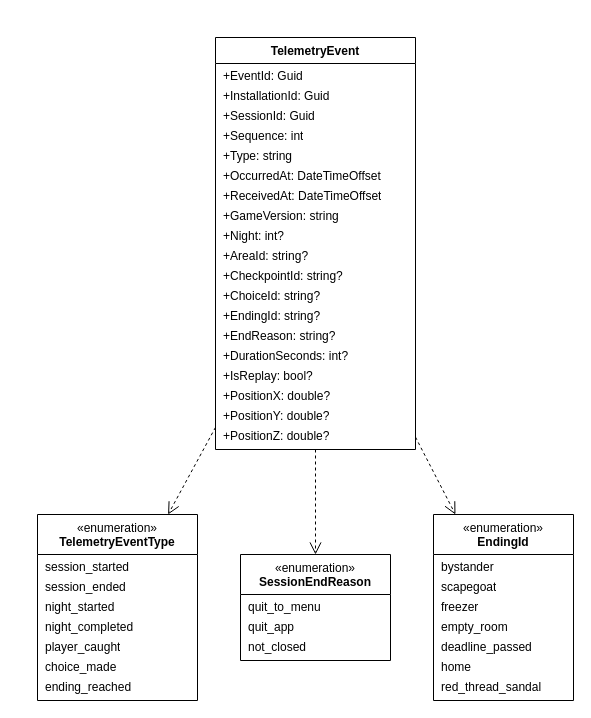
The draw.io diagram page "Sự kiện thống kê" (1 of 8) of docs/thiet-ke/lop-may-chu/luoc-do-lop-may-chu.drawio in qivarnq3g/3-gio-12, before the edit. Source tidied: cells renumbered, new cells numbered last; positions are measured from the earlier drawing's top-left corner, leaving out a move shared by most shapes. Both pictures are drawn from the tidied source at 100%, with x=0, y=0 at pixel (37, 37).
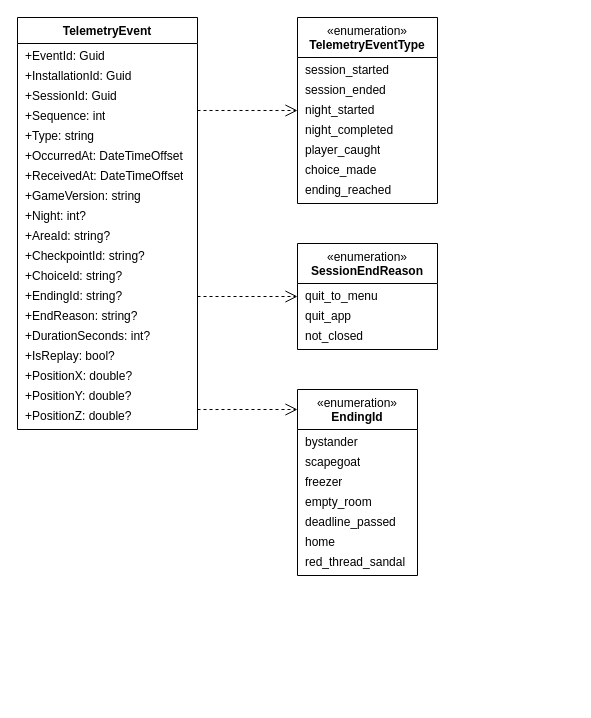
The same diagram, later.

Change to the diagram source:
```diff
@@
     <mxCell id="2" value="&lt;b&gt;TelemetryEvent&lt;/b&gt;" style="swimlane;fontStyle=0;html=1;align=center;verticalAlign=top;horizontal=1;startSize=26;whiteSpace=wrap;fontFamily=Arial;fontSize=12;fillColor=#ffffff;swimlaneFillColor=#ffffff;" parent="1" vertex="1">
-      <mxGeometry x="178" width="200" height="412" as="geometry" />
+      <mxGeometry x="-20" y="-20" width="180" height="412" as="geometry" />
     </mxCell>
     <mxCell id="3" value="+EventId: Guid" style="text;strokeColor=none;fillColor=none;align=left;verticalAlign=middle;spacingLeft=6;spacingRight=4;overflow=hidden;html=1;fontFamily=Arial;fontSize=12;" parent="2" vertex="1">
-      <mxGeometry y="29" width="200" height="20" as="geometry" />
+      <mxGeometry y="29" width="180" height="20" as="geometry" />
     </mxCell>
     <mxCell id="4" value="+InstallationId: Guid" style="text;strokeColor=none;fillColor=none;align=left;verticalAlign=middle;spacingLeft=6;spacingRight=4;overflow=hidden;html=1;fontFamily=Arial;fontSize=12;" parent="2" vertex="1">
-      <mxGeometry y="49" width="200" height="20" as="geometry" />
+      <mxGeometry y="49" width="180" height="20" as="geometry" />
     </mxCell>
     <mxCell id="5" value="+SessionId: Guid" style="text;strokeColor=none;fillColor=none;align=left;verticalAlign=middle;spacingLeft=6;spacingRight=4;overflow=hidden;html=1;fontFamily=Arial;fontSize=12;" parent="2" vertex="1">
-      <mxGeometry y="69" width="200" height="20" as="geometry" />
+      <mxGeometry y="69" width="180" height="20" as="geometry" />
     </mxCell>
     <mxCell id="6" value="+Sequence: int" style="text;strokeColor=none;fillColor=none;align=left;verticalAlign=middle;spacingLeft=6;spacingRight=4;overflow=hidden;html=1;fontFamily=Arial;fontSize=12;" parent="2" vertex="1">
-      <mxGeometry y="89" width="200" height="20" as="geometry" />
+      <mxGeometry y="89" width="180" height="20" as="geometry" />
     </mxCell>
     <mxCell id="7" value="+Type: string" style="text;strokeColor=none;fillColor=none;align=left;verticalAlign=middle;spacingLeft=6;spacingRight=4;overflow=hidden;html=1;fontFamily=Arial;fontSize=12;" parent="2" vertex="1">
-      <mxGeometry y="109" width="200" height="20" as="geometry" />
+      <mxGeometry y="109" width="180" height="20" as="geometry" />
     </mxCell>
     <mxCell id="8" value="+OccurredAt: DateTimeOffset" style="text;strokeColor=none;fillColor=none;align=left;verticalAlign=middle;spacingLeft=6;spacingRight=4;overflow=hidden;html=1;fontFamily=Arial;fontSize=12;" parent="2" vertex="1">
-      <mxGeometry y="129" width="200" height="20" as="geometry" />
+      <mxGeometry y="129" width="180" height="20" as="geometry" />
     </mxCell>
     <mxCell id="9" value="+ReceivedAt: DateTimeOffset" style="text;strokeColor=none;fillColor=none;align=left;verticalAlign=middle;spacingLeft=6;spacingRight=4;overflow=hidden;html=1;fontFamily=Arial;fontSize=12;" parent="2" vertex="1">
-      <mxGeometry y="149" width="200" height="20" as="geometry" />
+      <mxGeometry y="149" width="180" height="20" as="geometry" />
     </mxCell>
     <mxCell id="10" value="+GameVersion: string" style="text;strokeColor=none;fillColor=none;align=left;verticalAlign=middle;spacingLeft=6;spacingRight=4;overflow=hidden;html=1;fontFamily=Arial;fontSize=12;" parent="2" vertex="1">
-      <mxGeometry y="169" width="200" height="20" as="geometry" />
+      <mxGeometry y="169" width="180" height="20" as="geometry" />
     </mxCell>
     <mxCell id="11" value="+Night: int?" style="text;strokeColor=none;fillColor=none;align=left;verticalAlign=middle;spacingLeft=6;spacingRight=4;overflow=hidden;html=1;fontFamily=Arial;fontSize=12;" parent="2" vertex="1">
-      <mxGeometry y="189" width="200" height="20" as="geometry" />
+      <mxGeometry y="189" width="180" height="20" as="geometry" />
     </mxCell>
     <mxCell id="12" value="+AreaId: string?" style="text;strokeColor=none;fillColor=none;align=left;verticalAlign=middle;spacingLeft=6;spacingRight=4;overflow=hidden;html=1;fontFamily=Arial;fontSize=12;" parent="2" vertex="1">
-      <mxGeometry y="209" width="200" height="20" as="geometry" />
+      <mxGeometry y="209" width="180" height="20" as="geometry" />
     </mxCell>
     <mxCell id="13" value="+CheckpointId: string?" style="text;strokeColor=none;fillColor=none;align=left;verticalAlign=middle;spacingLeft=6;spacingRight=4;overflow=hidden;html=1;fontFamily=Arial;fontSize=12;" parent="2" vertex="1">
-      <mxGeometry y="229" width="200" height="20" as="geometry" />
+      <mxGeometry y="229" width="180" height="20" as="geometry" />
     </mxCell>
     <mxCell id="14" value="+ChoiceId: string?" style="text;strokeColor=none;fillColor=none;align=left;verticalAlign=middle;spacingLeft=6;spacingRight=4;overflow=hidden;html=1;fontFamily=Arial;fontSize=12;" parent="2" vertex="1">
-      <mxGeometry y="249" width="200" height="20" as="geometry" />
+      <mxGeometry y="249" width="180" height="20" as="geometry" />
     </mxCell>
     <mxCell id="15" value="+EndingId: string?" style="text;strokeColor=none;fillColor=none;align=left;verticalAlign=middle;spacingLeft=6;spacingRight=4;overflow=hidden;html=1;fontFamily=Arial;fontSize=12;" parent="2" vertex="1">
-      <mxGeometry y="269" width="200" height="20" as="geometry" />
+      <mxGeometry y="269" width="180" height="20" as="geometry" />
     </mxCell>
     <mxCell id="16" value="+EndReason: string?" style="text;strokeColor=none;fillColor=none;align=left;verticalAlign=middle;spacingLeft=6;spacingRight=4;overflow=hidden;html=1;fontFamily=Arial;fontSize=12;" parent="2" vertex="1">
-      <mxGeometry y="289" width="200" height="20" as="geometry" />
+      <mxGeometry y="289" width="180" height="20" as="geometry" />
     </mxCell>
     <mxCell id="17" value="+DurationSeconds: int?" style="text;strokeColor=none;fillColor=none;align=left;verticalAlign=middle;spacingLeft=6;spacingRight=4;overflow=hidden;html=1;fontFamily=Arial;fontSize=12;" parent="2" vertex="1">
-      <mxGeometry y="309" width="200" height="20" as="geometry" />
+      <mxGeometry y="309" width="180" height="20" as="geometry" />
     </mxCell>
     <mxCell id="18" value="+IsReplay: bool?" style="text;strokeColor=none;fillColor=none;align=left;verticalAlign=middle;spacingLeft=6;spacingRight=4;overflow=hidden;html=1;fontFamily=Arial;fontSize=12;" parent="2" vertex="1">
-      <mxGeometry y="329" width="200" height="20" as="geometry" />
+      <mxGeometry y="329" width="180" height="20" as="geometry" />
     </mxCell>
     <mxCell id="19" value="+PositionX: double?" style="text;strokeColor=none;fillColor=none;align=left;verticalAlign=middle;spacingLeft=6;spacingRight=4;overflow=hidden;html=1;fontFamily=Arial;fontSize=12;" parent="2" vertex="1">
-      <mxGeometry y="349" width="200" height="20" as="geometry" />
+      <mxGeometry y="349" width="180" height="20" as="geometry" />
     </mxCell>
     <mxCell id="20" value="+PositionY: double?" style="text;strokeColor=none;fillColor=none;align=left;verticalAlign=middle;spacingLeft=6;spacingRight=4;overflow=hidden;html=1;fontFamily=Arial;fontSize=12;" parent="2" vertex="1">
-      <mxGeometry y="369" width="200" height="20" as="geometry" />
+      <mxGeometry y="369" width="180" height="20" as="geometry" />
     </mxCell>
     <mxCell id="21" value="+PositionZ: double?" style="text;strokeColor=none;fillColor=none;align=left;verticalAlign=middle;spacingLeft=6;spacingRight=4;overflow=hidden;html=1;fontFamily=Arial;fontSize=12;" parent="2" vertex="1">
-      <mxGeometry y="389" width="200" height="20" as="geometry" />
+      <mxGeometry y="389" width="180" height="20" as="geometry" />
     </mxCell>
     <mxCell id="22" value="«enumeration»&lt;br&gt;&lt;b&gt;TelemetryEventType&lt;/b&gt;" style="swimlane;fontStyle=0;html=1;align=center;verticalAlign=top;horizontal=1;startSize=40;whiteSpace=wrap;fontFamily=Arial;fontSize=12;fillColor=#ffffff;swimlaneFillColor=#ffffff;" parent="1" vertex="1">
-      <mxGeometry y="477" width="160" height="186" as="geometry" />
+      <mxGeometry x="260" y="-20" width="140" height="186" as="geometry" />
     </mxCell>
     <mxCell id="23" value="session_started" style="text;strokeColor=none;fillColor=none;align=left;verticalAlign=middle;spacingLeft=6;spacingRight=4;overflow=hidden;html=1;fontFamily=Arial;fontSize=12;" parent="22" vertex="1">
-      <mxGeometry y="43" width="160" height="20" as="geometry" />
+      <mxGeometry y="43" width="140" height="20" as="geometry" />
     </mxCell>
     <mxCell id="24" value="session_ended" style="text;strokeColor=none;fillColor=none;align=left;verticalAlign=middle;spacingLeft=6;spacingRight=4;overflow=hidden;html=1;fontFamily=Arial;fontSize=12;" parent="22" vertex="1">
-      <mxGeometry y="63" width="160" height="20" as="geometry" />
+      <mxGeometry y="63" width="140" height="20" as="geometry" />
     </mxCell>
     <mxCell id="25" value="night_started" style="text;strokeColor=none;fillColor=none;align=left;verticalAlign=middle;spacingLeft=6;spacingRight=4;overflow=hidden;html=1;fontFamily=Arial;fontSize=12;" parent="22" vertex="1">
-      <mxGeometry y="83" width="160" height="20" as="geometry" />
+      <mxGeometry y="83" width="140" height="20" as="geometry" />
     </mxCell>
     <mxCell id="26" value="night_completed" style="text;strokeColor=none;fillColor=none;align=left;verticalAlign=middle;spacingLeft=6;spacingRight=4;overflow=hidden;html=1;fontFamily=Arial;fontSize=12;" parent="22" vertex="1">
-      <mxGeometry y="103" width="160" height="20" as="geometry" />
+      <mxGeometry y="103" width="140" height="20" as="geometry" />
     </mxCell>
     <mxCell id="27" value="player_caught" style="text;strokeColor=none;fillColor=none;align=left;verticalAlign=middle;spacingLeft=6;spacingRight=4;overflow=hidden;html=1;fontFamily=Arial;fontSize=12;" parent="22" vertex="1">
-      <mxGeometry y="123" width="160" height="20" as="geometry" />
+      <mxGeometry y="123" width="140" height="20" as="geometry" />
     </mxCell>
     <mxCell id="28" value="choice_made" style="text;strokeColor=none;fillColor=none;align=left;verticalAlign=middle;spacingLeft=6;spacingRight=4;overflow=hidden;html=1;fontFamily=Arial;fontSize=12;" parent="22" vertex="1">
-      <mxGeometry y="143" width="160" height="20" as="geometry" />
+      <mxGeometry y="143" width="140" height="20" as="geometry" />
     </mxCell>
     <mxCell id="29" value="ending_reached" style="text;strokeColor=none;fillColor=none;align=left;verticalAlign=middle;spacingLeft=6;spacingRight=4;overflow=hidden;html=1;fontFamily=Arial;fontSize=12;" parent="22" vertex="1">
-      <mxGeometry y="163" width="160" height="20" as="geometry" />
+      <mxGeometry y="163" width="140" height="20" as="geometry" />
     </mxCell>
     <mxCell id="30" value="«enumeration»&lt;br&gt;&lt;b&gt;SessionEndReason&lt;/b&gt;" style="swimlane;fontStyle=0;html=1;align=center;verticalAlign=top;horizontal=1;startSize=40;whiteSpace=wrap;fontFamily=Arial;fontSize=12;fillColor=#ffffff;swimlaneFillColor=#ffffff;" parent="1" vertex="1">
-      <mxGeometry x="203" y="517" width="150" height="106" as="geometry" />
+      <mxGeometry x="260" y="206" width="140" height="106" as="geometry" />
     </mxCell>
     <mxCell id="31" value="quit_to_menu" style="text;strokeColor=none;fillColor=none;align=left;verticalAlign=middle;spacingLeft=6;spacingRight=4;overflow=hidden;html=1;fontFamily=Arial;fontSize=12;" parent="30" vertex="1">
-      <mxGeometry y="43" width="150" height="20" as="geometry" />
+      <mxGeometry y="43" width="140" height="20" as="geometry" />
     </mxCell>
     <mxCell id="32" value="quit_app" style="text;strokeColor=none;fillColor=none;align=left;verticalAlign=middle;spacingLeft=6;spacingRight=4;overflow=hidden;html=1;fontFamily=Arial;fontSize=12;" parent="30" vertex="1">
-      <mxGeometry y="63" width="150" height="20" as="geometry" />
+      <mxGeometry y="63" width="140" height="20" as="geometry" />
     </mxCell>
     <mxCell id="33" value="not_closed" style="text;strokeColor=none;fillColor=none;align=left;verticalAlign=middle;spacingLeft=6;spacingRight=4;overflow=hidden;html=1;fontFamily=Arial;fontSize=12;" parent="30" vertex="1">
-      <mxGeometry y="83" width="150" height="20" as="geometry" />
+      <mxGeometry y="83" width="140" height="20" as="geometry" />
     </mxCell>
     <mxCell id="34" value="«enumeration»&lt;br&gt;&lt;b&gt;EndingId&lt;/b&gt;" style="swimlane;fontStyle=0;html=1;align=center;verticalAlign=top;horizontal=1;startSize=40;whiteSpace=wrap;fontFamily=Arial;fontSize=12;fillColor=#ffffff;swimlaneFillColor=#ffffff;" parent="1" vertex="1">
-      <mxGeometry x="396" y="477" width="140" height="186" as="geometry" />
+      <mxGeometry x="260" y="352" width="120" height="186" as="geometry" />
     </mxCell>
     <mxCell id="35" value="bystander" style="text;strokeColor=none;fillColor=none;align=left;verticalAlign=middle;spacingLeft=6;spacingRight=4;overflow=hidden;html=1;fontFamily=Arial;fontSize=12;" parent="34" vertex="1">
-      <mxGeometry y="43" width="140" height="20" as="geometry" />
+      <mxGeometry y="43" width="120" height="20" as="geometry" />
     </mxCell>
     <mxCell id="36" value="scapegoat" style="text;strokeColor=none;fillColor=none;align=left;verticalAlign=middle;spacingLeft=6;spacingRight=4;overflow=hidden;html=1;fontFamily=Arial;fontSize=12;" parent="34" vertex="1">
-      <mxGeometry y="63" width="140" height="20" as="geometry" />
+      <mxGeometry y="63" width="120" height="20" as="geometry" />
     </mxCell>
     <mxCell id="37" value="freezer" style="text;strokeColor=none;fillColor=none;align=left;verticalAlign=middle;spacingLeft=6;spacingRight=4;overflow=hidden;html=1;fontFamily=Arial;fontSize=12;" parent="34" vertex="1">
-      <mxGeometry y="83" width="140" height="20" as="geometry" />
+      <mxGeometry y="83" width="120" height="20" as="geometry" />
     </mxCell>
     <mxCell id="38" value="empty_room" style="text;strokeColor=none;fillColor=none;align=left;verticalAlign=middle;spacingLeft=6;spacingRight=4;overflow=hidden;html=1;fontFamily=Arial;fontSize=12;" parent="34" vertex="1">
-      <mxGeometry y="103" width="140" height="20" as="geometry" />
+      <mxGeometry y="103" width="120" height="20" as="geometry" />
     </mxCell>
     <mxCell id="39" value="deadline_passed" style="text;strokeColor=none;fillColor=none;align=left;verticalAlign=middle;spacingLeft=6;spacingRight=4;overflow=hidden;html=1;fontFamily=Arial;fontSize=12;" parent="34" vertex="1">
-      <mxGeometry y="123" width="140" height="20" as="geometry" />
+      <mxGeometry y="123" width="120" height="20" as="geometry" />
     </mxCell>
     <mxCell id="40" value="home" style="text;strokeColor=none;fillColor=none;align=left;verticalAlign=middle;spacingLeft=6;spacingRight=4;overflow=hidden;html=1;fontFamily=Arial;fontSize=12;" parent="34" vertex="1">
-      <mxGeometry y="143" width="140" height="20" as="geometry" />
+      <mxGeometry y="143" width="120" height="20" as="geometry" />
     </mxCell>
     <mxCell id="41" value="red_thread_sandal" style="text;strokeColor=none;fillColor=none;align=left;verticalAlign=middle;spacingLeft=6;spacingRight=4;overflow=hidden;html=1;fontFamily=Arial;fontSize=12;" parent="34" vertex="1">
-      <mxGeometry y="163" width="140" height="20" as="geometry" />
+      <mxGeometry y="163" width="120" height="20" as="geometry" />
     </mxCell>
-    <mxCell id="42" style="html=1;rounded=0;fontFamily=Arial;fontSize=11;labelBackgroundColor=#ffffff;endArrow=open;endFill=0;endSize=10;dashed=1;" parent="1" edge="1" source="2" target="22">
+    <mxCell id="42" style="html=1;fontFamily=Arial;endArrow=open;endFill=0;endSize=10;dashed=1;edgeStyle=orthogonalEdgeStyle;rounded=0;fontSize=12;labelBackgroundColor=#ffffff;exitX=1;exitY=0.2257;entryX=0;entryY=0.5;exitPerimeter=0;entryPerimeter=0;" parent="1" edge="1" source="2" target="22">
       <mxGeometry relative="1" as="geometry" />
     </mxCell>
-    <mxCell id="43" style="html=1;rounded=0;fontFamily=Arial;fontSize=11;labelBackgroundColor=#ffffff;endArrow=open;endFill=0;endSize=10;dashed=1;" parent="1" edge="1" source="2" target="30">
+    <mxCell id="43" style="html=1;fontFamily=Arial;endArrow=open;endFill=0;endSize=10;dashed=1;edgeStyle=orthogonalEdgeStyle;rounded=0;fontSize=12;labelBackgroundColor=#ffffff;exitX=1;exitY=0.6772;entryX=0;entryY=0.5;exitPerimeter=0;entryPerimeter=0;" parent="1" edge="1" source="2" target="30">
       <mxGeometry relative="1" as="geometry" />
     </mxCell>
-    <mxCell id="44" style="html=1;rounded=0;fontFamily=Arial;fontSize=11;labelBackgroundColor=#ffffff;endArrow=open;endFill=0;endSize=10;dashed=1;" parent="1" edge="1" source="2" target="34">
+    <mxCell id="44" style="html=1;fontFamily=Arial;endArrow=open;endFill=0;endSize=10;dashed=1;edgeStyle=orthogonalEdgeStyle;rounded=0;fontSize=12;labelBackgroundColor=#ffffff;exitX=1;exitY=0.9515;entryX=0;entryY=0.1075;exitPerimeter=0;entryPerimeter=0;" parent="1" edge="1" source="2" target="34">
       <mxGeometry relative="1" as="geometry" />
     </mxCell>
```
